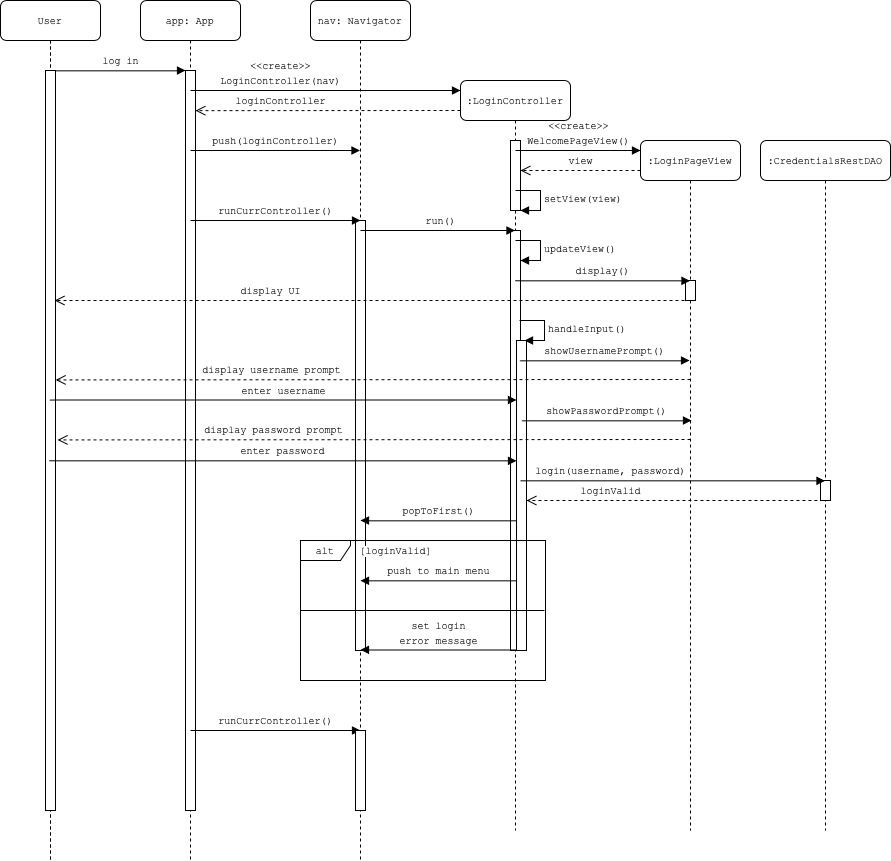
The draw.io diagram docs/sequence/login-sequence.png in emmaneugene/CS102-social-magnet, before a commit. Source tidied: cells renumbered, new cells last; positions are measured from the earlier drawing's top-left corner, leaving out a move shared by most shapes.
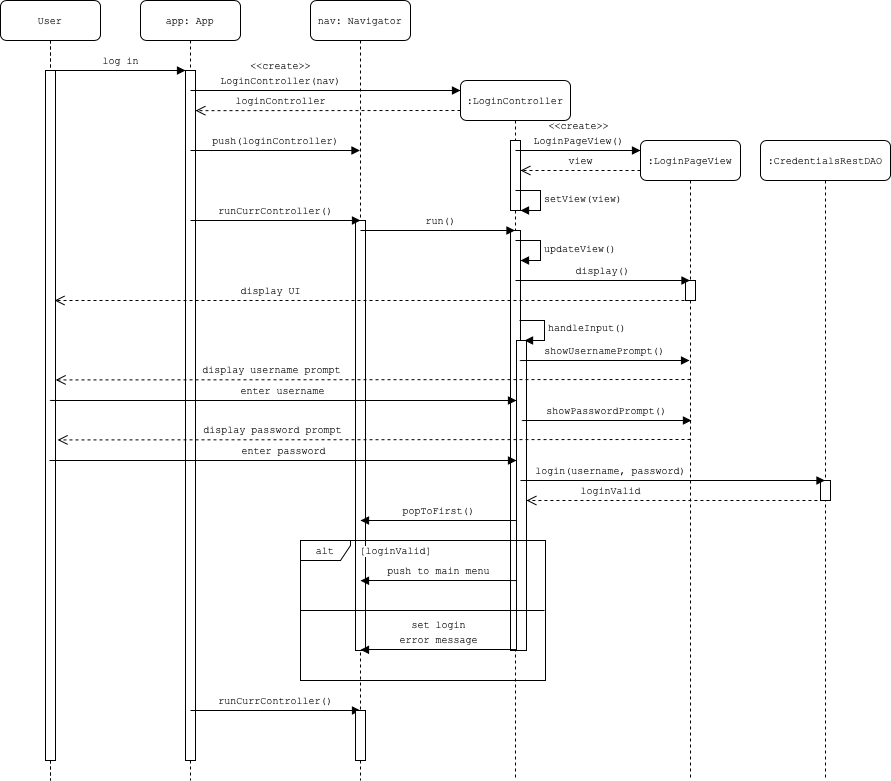
After the commit.

Commit message:
Clean up sequence diagrams

Diff of the diagram source:
```diff
@@ -3,28 +3,28 @@
     <mxCell id="0" />
     <mxCell id="1" parent="0" />
     <mxCell id="2" value="&lt;font style=&quot;font-size: 10px&quot; face=&quot;Courier New&quot;&gt;:LoginController&lt;/font&gt;" style="shape=umlLifeline;perimeter=lifelinePerimeter;whiteSpace=wrap;html=1;outlineConnect=0;rounded=1;shadow=0;comic=0;labelBackgroundColor=none;strokeWidth=1;fontFamily=Verdana;fontSize=12;align=center;" parent="1" vertex="1">
-      <mxGeometry x="460" y="80" width="110" height="750" as="geometry" />
+      <mxGeometry x="460" y="80" width="110" height="700" as="geometry" />
     </mxCell>
     <mxCell id="3" style="html=1;perimeter=orthogonalPerimeter;rounded=0;shadow=0;comic=0;labelBackgroundColor=none;strokeWidth=1;fontFamily=Verdana;fontSize=12;align=center;" parent="1" vertex="1">
       <mxGeometry x="510" y="140" width="10" height="70" as="geometry" />
     </mxCell>
     <mxCell id="4" value="&lt;font style=&quot;font-size: 10px&quot; face=&quot;Courier New&quot;&gt;app: App&lt;/font&gt;" style="shape=umlLifeline;perimeter=lifelinePerimeter;whiteSpace=wrap;html=1;rounded=1;shadow=0;comic=0;labelBackgroundColor=none;strokeWidth=1;fontFamily=Verdana;fontSize=12;align=center;" parent="1" vertex="1">
-      <mxGeometry x="140" width="100" height="860" as="geometry" />
+      <mxGeometry x="140" width="100" height="780" as="geometry" />
     </mxCell>
     <mxCell id="5" style="html=1;points=[];perimeter=orthogonalPerimeter;rounded=0;shadow=0;comic=0;labelBackgroundColor=none;strokeWidth=1;fontFamily=Verdana;fontSize=12;align=center;" parent="4" vertex="1">
-      <mxGeometry x="45" y="70" width="10" height="740" as="geometry" />
+      <mxGeometry x="45" y="70" width="10" height="690" as="geometry" />
     </mxCell>
     <mxCell id="6" value="&lt;span style=&quot;font-family: &amp;#34;courier new&amp;#34; ; font-size: 10px&quot;&gt;:LoginPageView&lt;/span&gt;" style="shape=umlLifeline;perimeter=lifelinePerimeter;whiteSpace=wrap;html=1;outlineConnect=0;rounded=1;shadow=0;comic=0;labelBackgroundColor=none;strokeWidth=1;fontFamily=Verdana;fontSize=12;align=center;" parent="1" vertex="1">
-      <mxGeometry x="640" y="140" width="100" height="690" as="geometry" />
+      <mxGeometry x="640" y="140" width="100" height="640" as="geometry" />
     </mxCell>
     <mxCell id="7" style="html=1;perimeter=orthogonalPerimeter;rounded=0;shadow=0;comic=0;labelBackgroundColor=none;strokeWidth=1;fontFamily=Verdana;fontSize=12;align=center;" parent="6" vertex="1">
       <mxGeometry x="45" y="140" width="10" height="20" as="geometry" />
     </mxCell>
     <mxCell id="8" value="&lt;font style=&quot;font-size: 10px&quot; face=&quot;Courier New&quot;&gt;User&lt;/font&gt;" style="shape=umlLifeline;perimeter=lifelinePerimeter;whiteSpace=wrap;html=1;rounded=1;shadow=0;comic=0;labelBackgroundColor=none;strokeWidth=1;fontFamily=Verdana;fontSize=12;align=center;" parent="1" vertex="1">
-      <mxGeometry width="100" height="860" as="geometry" />
+      <mxGeometry width="100" height="780" as="geometry" />
     </mxCell>
     <mxCell id="9" style="html=1;points=[];perimeter=orthogonalPerimeter;rounded=0;shadow=0;comic=0;labelBackgroundColor=none;strokeWidth=1;fontFamily=Verdana;fontSize=12;align=center;" parent="8" vertex="1">
-      <mxGeometry x="45" y="70" width="10" height="740" as="geometry" />
+      <mxGeometry x="45" y="70" width="10" height="690" as="geometry" />
     </mxCell>
     <mxCell id="10" value="&lt;font face=&quot;Courier New&quot; size=&quot;1&quot;&gt;log in&lt;/font&gt;" style="html=1;verticalAlign=bottom;endArrow=block;entryX=0;entryY=0;labelBackgroundColor=none;fontFamily=Verdana;fontSize=12;edgeStyle=elbowEdgeStyle;elbow=vertical;" parent="1" edge="1" source="9" target="5">
       <mxGeometry relative="1" as="geometry" />
@@ -46,7 +46,7 @@
         <mxPoint x="-130" y="-130" as="offset" />
       </mxGeometry>
     </mxCell>
-    <mxCell id="12" value="&lt;font face=&quot;Courier New&quot; style=&quot;font-size: 10px&quot;&gt;&amp;lt;&amp;lt;create&amp;gt;&amp;gt;&lt;br&gt;WelcomePageView()&lt;/font&gt;" style="html=1;verticalAlign=bottom;endArrow=block;labelBackgroundColor=none;fontFamily=Verdana;fontSize=12;edgeStyle=elbowEdgeStyle;elbow=vertical;" parent="1" edge="1">
+    <mxCell id="12" value="&lt;font face=&quot;Courier New&quot; style=&quot;font-size: 10px&quot;&gt;&amp;lt;&amp;lt;create&amp;gt;&amp;gt;&lt;br&gt;LoginPageView()&lt;/font&gt;" style="html=1;verticalAlign=bottom;endArrow=block;labelBackgroundColor=none;fontFamily=Verdana;fontSize=12;edgeStyle=elbowEdgeStyle;elbow=horizontal;" parent="1" edge="1">
       <mxGeometry relative="1" as="geometry">
         <mxPoint x="515" y="150" as="sourcePoint" />
         <mxPoint x="640" y="150" as="targetPoint" />
@@ -78,11 +78,24 @@
       </mxGeometry>
     </mxCell>
     <mxCell id="15" value="&lt;font style=&quot;font-size: 10px&quot; face=&quot;Courier New&quot;&gt;nav: Navigator&lt;/font&gt;" style="shape=umlLifeline;perimeter=lifelinePerimeter;whiteSpace=wrap;html=1;rounded=1;shadow=0;comic=0;labelBackgroundColor=none;strokeWidth=1;fontFamily=Verdana;fontSize=12;align=center;" parent="1" vertex="1">
-      <mxGeometry x="310" width="100" height="860" as="geometry" />
+      <mxGeometry x="310" width="100" height="780" as="geometry" />
     </mxCell>
     <mxCell id="16" style="html=1;perimeter=orthogonalPerimeter;rounded=0;shadow=0;comic=0;labelBackgroundColor=none;strokeWidth=1;fontFamily=Verdana;fontSize=12;align=center;" parent="15" vertex="1">
       <mxGeometry x="45" y="220" width="10" height="430" as="geometry" />
     </mxCell>
+    <mxCell id="43" value="&lt;font face=&quot;Courier New&quot; size=&quot;1&quot;&gt;runCurrController()&lt;/font&gt;" style="html=1;verticalAlign=bottom;endArrow=block;labelBackgroundColor=none;fontFamily=Verdana;fontSize=12;edgeStyle=elbowEdgeStyle;elbow=vertical;" parent="15" edge="1">
+      <mxGeometry relative="1" as="geometry">
+        <mxPoint x="-120" y="710" as="sourcePoint" />
+        <mxPoint x="50" y="710" as="targetPoint" />
+        <Array as="points">
+          <mxPoint x="-40" y="710" />
+          <mxPoint x="5" y="720" />
+        </Array>
+      </mxGeometry>
+    </mxCell>
+    <mxCell id="44" style="html=1;perimeter=orthogonalPerimeter;rounded=0;shadow=0;comic=0;labelBackgroundColor=none;strokeWidth=1;fontFamily=Verdana;fontSize=12;align=center;" parent="15" vertex="1">
+      <mxGeometry x="45" y="710" width="10" height="50" as="geometry" />
+    </mxCell>
     <mxCell id="17" value="&lt;font face=&quot;Courier New&quot; size=&quot;1&quot;&gt;view&lt;/font&gt;" style="html=1;verticalAlign=bottom;endArrow=open;dashed=1;endSize=8;labelBackgroundColor=none;fontFamily=Verdana;fontSize=12;exitX=0.5;exitY=0.976;exitDx=0;exitDy=0;exitPerimeter=0;" parent="1" edge="1">
       <mxGeometry relative="1" as="geometry">
         <mxPoint x="640" y="170" as="sourcePoint" />
@@ -192,7 +205,7 @@
       </mxGeometry>
     </mxCell>
     <mxCell id="34" value="&lt;span style=&quot;font-family: &amp;#34;courier new&amp;#34; ; font-size: 10px&quot;&gt;:CredentialsRestDAO&lt;br&gt;&lt;/span&gt;" style="shape=umlLifeline;perimeter=lifelinePerimeter;whiteSpace=wrap;html=1;outlineConnect=0;rounded=1;shadow=0;comic=0;labelBackgroundColor=none;strokeWidth=1;fontFamily=Verdana;fontSize=12;align=center;" parent="1" vertex="1">
-      <mxGeometry x="760" y="140" width="130" height="690" as="geometry" />
+      <mxGeometry x="760" y="140" width="130" height="640" as="geometry" />
     </mxCell>
     <mxCell id="35" style="html=1;perimeter=orthogonalPerimeter;rounded=0;shadow=0;comic=0;labelBackgroundColor=none;strokeWidth=1;fontFamily=Verdana;fontSize=12;align=center;" parent="34" vertex="1">
       <mxGeometry x="60" y="340" width="10" height="20" as="geometry" />
@@ -231,18 +244,5 @@
     <mxCell id="42" value="&lt;font style=&quot;font-size: 10px&quot; face=&quot;Courier New&quot;&gt;alt&lt;/font&gt;" style="shape=umlFrame;whiteSpace=wrap;html=1;width=50;height=20;" parent="1" vertex="1">
       <mxGeometry x="300" y="540" width="245" height="140" as="geometry" />
     </mxCell>
-    <mxCell id="43" value="&lt;font face=&quot;Courier New&quot; size=&quot;1&quot;&gt;runCurrController()&lt;/font&gt;" style="html=1;verticalAlign=bottom;endArrow=block;labelBackgroundColor=none;fontFamily=Verdana;fontSize=12;edgeStyle=elbowEdgeStyle;elbow=vertical;" parent="1" edge="1">
-      <mxGeometry relative="1" as="geometry">
-        <mxPoint x="190" y="730" as="sourcePoint" />
-        <mxPoint x="360" y="730" as="targetPoint" />
-        <Array as="points">
-          <mxPoint x="270" y="730" />
-          <mxPoint x="315" y="740" />
-        </Array>
-      </mxGeometry>
-    </mxCell>
-    <mxCell id="44" style="html=1;perimeter=orthogonalPerimeter;rounded=0;shadow=0;comic=0;labelBackgroundColor=none;strokeWidth=1;fontFamily=Verdana;fontSize=12;align=center;" parent="1" vertex="1">
-      <mxGeometry x="355" y="730" width="10" height="80" as="geometry" />
-    </mxCell>
   </root>
 </mxGraphModel>
```
